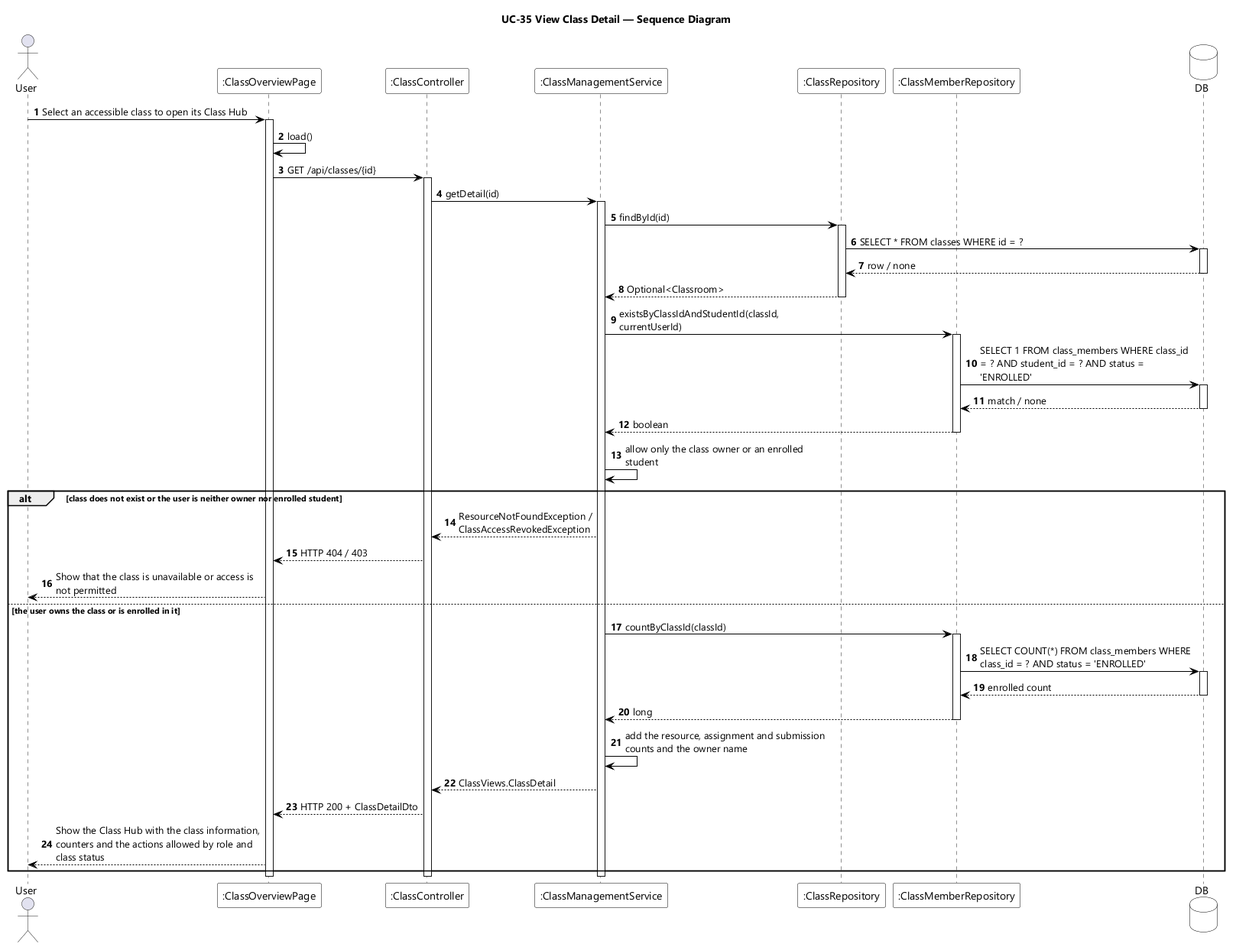
Above: designs/sds-diagrams/uc35/uc35-sequence-diagram.png in EduA-system/EduA-system (PlantUML), before the change.
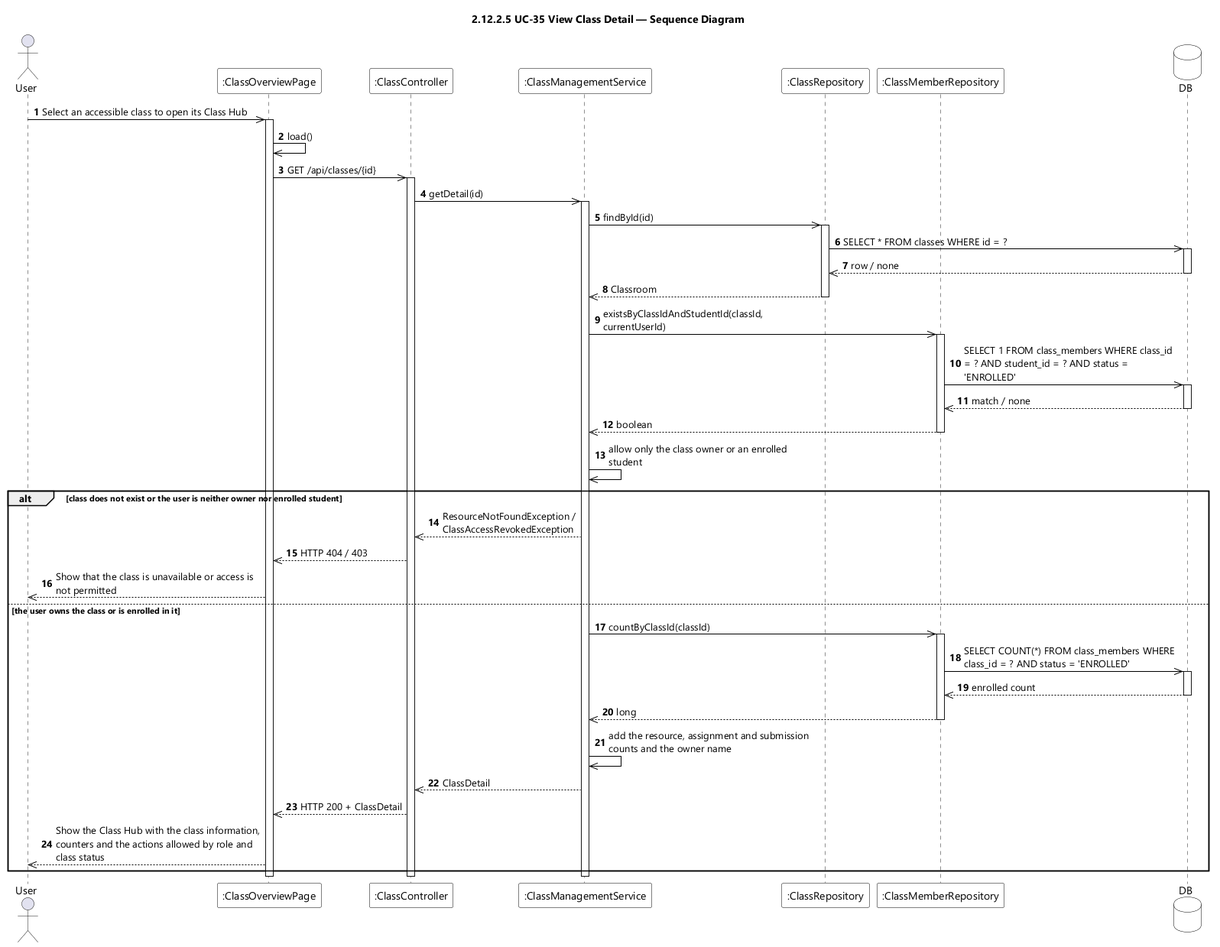
Later version of the same file.

What changed in the source:
```diff
@@ -9,7 +9,7 @@
 skinparam ArrowColor #000000
 skinparam sequenceMessageAlign left
 skinparam maxMessageSize 280
-title UC-35 View Class Detail — Sequence Diagram
+title 2.12.2.5 UC-35 View Class Detail — Sequence Diagram
 
 actor User
 participant ":ClassOverviewPage" as UI
@@ -20,48 +20,48 @@
 database DB
 
 autonumber
-User -> UI : Select an accessible class to open its Class Hub
+User ->> UI : Select an accessible class to open its Class Hub
 activate UI
-UI -> UI : load()
-UI -> CTL : GET /api/classes/{id}
+UI ->> UI : load()
+UI ->> CTL : GET /api/classes/{id}
 activate CTL
-CTL -> SVC : getDetail(id)
+CTL ->> SVC : getDetail(id)
 activate SVC
-SVC -> REPO : findById(id)
+SVC ->> REPO : findById(id)
 activate REPO
-REPO -> DB : SELECT * FROM classes WHERE id = ?
+REPO ->> DB : SELECT * FROM classes WHERE id = ?
 activate DB
-DB --> REPO : row / none
+DB -->> REPO : row / none
 deactivate DB
-REPO --> SVC : Optional<Classroom>
+REPO -->> SVC : Classroom
 deactivate REPO
-SVC -> MEM : existsByClassIdAndStudentId(classId, currentUserId)
+SVC ->> MEM : existsByClassIdAndStudentId(classId, currentUserId)
 activate MEM
-MEM -> DB : SELECT 1 FROM class_members WHERE class_id = ? AND student_id = ? AND status = 'ENROLLED'
+MEM ->> DB : SELECT 1 FROM class_members WHERE class_id = ? AND student_id = ? AND status = 'ENROLLED'
 activate DB
-DB --> MEM : match / none
+DB -->> MEM : match / none
 deactivate DB
-MEM --> SVC : boolean
+MEM -->> SVC : boolean
 deactivate MEM
-SVC -> SVC : allow only the class owner or an enrolled student
+SVC ->> SVC : allow only the class owner or an enrolled student
 
 alt class does not exist or the user is neither owner nor enrolled student
-  SVC --> CTL : ResourceNotFoundException / ClassAccessRevokedException
-  CTL --> UI : HTTP 404 / 403
-  UI --> User : Show that the class is unavailable or access is not permitted
+  SVC -->> CTL : ResourceNotFoundException / ClassAccessRevokedException
+  CTL -->> UI : HTTP 404 / 403
+  UI -->> User : Show that the class is unavailable or access is not permitted
 else the user owns the class or is enrolled in it
-  SVC -> MEM : countByClassId(classId)
+  SVC ->> MEM : countByClassId(classId)
   activate MEM
-  MEM -> DB : SELECT COUNT(*) FROM class_members WHERE class_id = ? AND status = 'ENROLLED'
+  MEM ->> DB : SELECT COUNT(*) FROM class_members WHERE class_id = ? AND status = 'ENROLLED'
   activate DB
-  DB --> MEM : enrolled count
+  DB -->> MEM : enrolled count
   deactivate DB
-  MEM --> SVC : long
+  MEM -->> SVC : long
   deactivate MEM
-  SVC -> SVC : add the resource, assignment and submission counts and the owner name
-  SVC --> CTL : ClassViews.ClassDetail
-  CTL --> UI : HTTP 200 + ClassDetailDto
-  UI --> User : Show the Class Hub with the class information, counters and the actions allowed by role and class status
+  SVC ->> SVC : add the resource, assignment and submission counts and the owner name
+  SVC -->> CTL : ClassDetail
+  CTL -->> UI : HTTP 200 + ClassDetail
+  UI -->> User : Show the Class Hub with the class information, counters and the actions allowed by role and class status
 end
 deactivate SVC
 deactivate CTL
```
